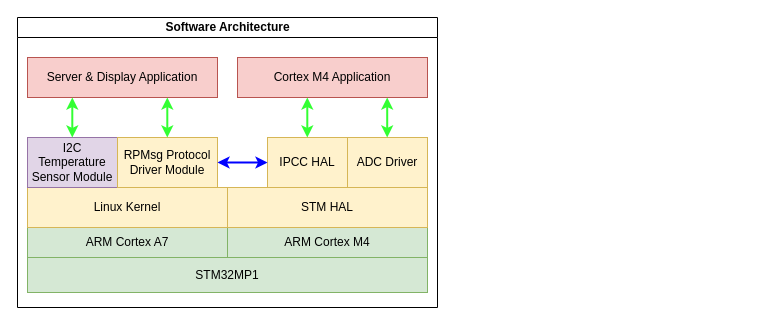
Earlier version of the draw.io diagram block-diagrams/sw_arch.drawio (cu-ecen-5013/final-project-atharvanan1). Source tidied: cells renumbered, new cells numbered last; positions are measured from the earlier drawing's top-left corner, leaving out a move shared by most shapes. Both pictures are drawn from the tidied source at 100%, with x=0, y=0 at pixel (17, 17).
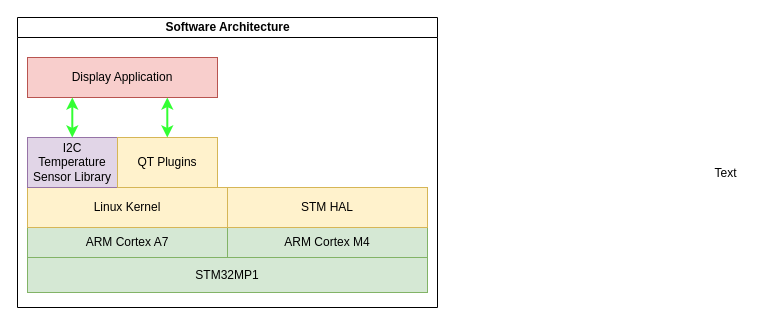
Above is the later version.

Unchanged cells that the change refers to:
```xml
<mxCell id="2" value="Software Architecture" style="swimlane;html=1;startSize=20;horizontal=1;containerType=tree;glass=0;" parent="1" vertex="1">
  <mxGeometry width="420" height="290" as="geometry" />
</mxCell>
```

Change to the diagram source:
```diff
@@
-    <mxCell id="8" value="I2C Temperature Sensor Module" style="rounded=0;whiteSpace=wrap;html=1;fillColor=#e1d5e7;strokeColor=#9673a6;" parent="2" vertex="1">
+    <mxCell id="8" value="I2C Temperature Sensor Library" style="rounded=0;whiteSpace=wrap;html=1;fillColor=#e1d5e7;strokeColor=#9673a6;" parent="2" vertex="1">
       <mxGeometry x="10" y="120" width="90" height="50" as="geometry" />
     </mxCell>
-    <mxCell id="9" value="RPMsg Protocol Driver Module" style="rounded=0;whiteSpace=wrap;html=1;fillColor=#fff2cc;strokeColor=#d6b656;" parent="2" vertex="1">
+    <mxCell id="9" value="QT Plugins" style="rounded=0;whiteSpace=wrap;html=1;fillColor=#fff2cc;strokeColor=#d6b656;" parent="2" vertex="1">
       <mxGeometry x="100" y="120" width="100" height="50" as="geometry" />
     </mxCell>
-    <mxCell id="10" value="IPCC HAL" style="rounded=0;whiteSpace=wrap;html=1;fillColor=#fff2cc;strokeColor=#d6b656;" parent="2" vertex="1">
-      <mxGeometry x="250" y="120" width="80" height="50" as="geometry" />
-    </mxCell>
-    <mxCell id="11" value="ADC Driver" style="rounded=0;whiteSpace=wrap;html=1;fillColor=#fff2cc;strokeColor=#d6b656;" parent="2" vertex="1">
-      <mxGeometry x="330" y="120" width="80" height="50" as="geometry" />
-    </mxCell>
-    <mxCell id="12" value="Server &amp;amp; Display Application" style="rounded=0;whiteSpace=wrap;html=1;fillColor=#f8cecc;strokeColor=#b85450;" parent="2" vertex="1">
+    <mxCell id="12" value="Display Application" style="rounded=0;whiteSpace=wrap;html=1;fillColor=#f8cecc;strokeColor=#b85450;" parent="2" vertex="1">
       <mxGeometry x="10" y="40" width="190" height="40" as="geometry" />
     </mxCell>
-    <mxCell id="13" value="Cortex M4 Application" style="rounded=0;whiteSpace=wrap;html=1;fillColor=#f8cecc;strokeColor=#b85450;" parent="2" vertex="1">
-      <mxGeometry x="220" y="40" width="190" height="40" as="geometry" />
-    </mxCell>
-    <mxCell id="14" style="endArrow=classic;startArrow=classic;html=1;strokeColor=#33FF33;strokeWidth=2;" parent="2" edge="1">
-      <mxGeometry relative="1" as="geometry">
-        <mxPoint x="289.8" y="120" as="sourcePoint" />
-        <mxPoint x="289.8" y="80" as="targetPoint" />
-        <Array as="points">
-          <mxPoint x="289.8" y="100" />
-          <mxPoint x="289.8" y="90" />
-        </Array>
-      </mxGeometry>
-    </mxCell>
-    <mxCell id="15" style="endArrow=classic;startArrow=classic;html=1;strokeColor=#33FF33;strokeWidth=2;" parent="2" edge="1">
-      <mxGeometry relative="1" as="geometry">
-        <mxPoint x="369.7" y="120" as="sourcePoint" />
-        <mxPoint x="369.7" y="80" as="targetPoint" />
-        <Array as="points">
-          <mxPoint x="369.7" y="100" />
-          <mxPoint x="369.7" y="90" />
-        </Array>
-      </mxGeometry>
-    </mxCell>
-    <mxCell id="16" style="endArrow=classic;startArrow=classic;html=1;strokeColor=#0000FF;strokeWidth=2;exitX=1;exitY=0.5;exitDx=0;exitDy=0;entryX=0;entryY=0.5;entryDx=0;entryDy=0;" parent="2" edge="1" source="9" target="10">
-      <mxGeometry relative="1" as="geometry" />
-    </mxCell>
@@
+    <mxCell id="19" value="Text" style="text;html=1;align=center;verticalAlign=middle;" parent="1" vertex="1">
+      <mxGeometry x="688" y="146" width="40" height="20" as="geometry" />
+    </mxCell>
```
